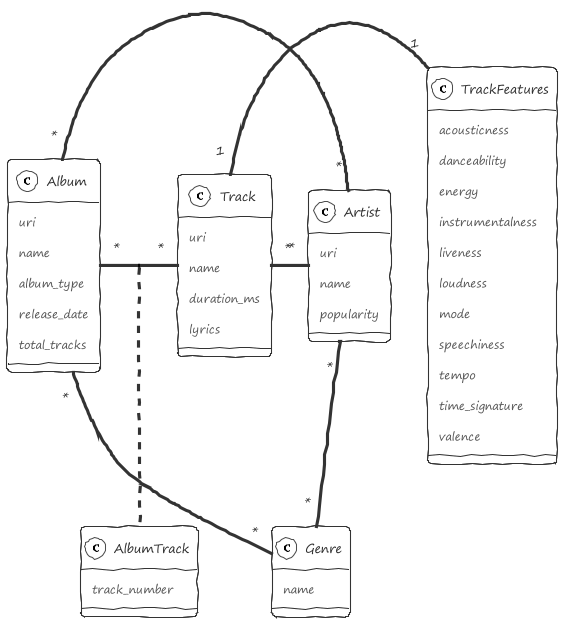
Above: out/database/database.png in Educorreia932/FEUP-PRI (PlantUML), before the change.
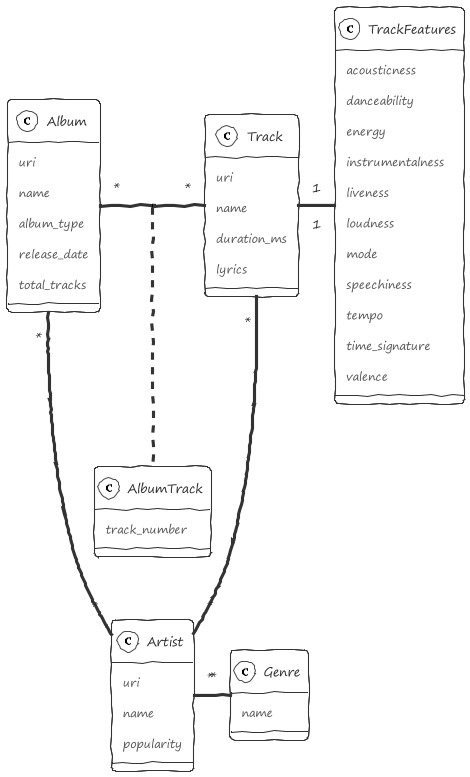
The same diagram one commit later.

Diff of the diagram source:
```diff
@@ -2,12 +2,11 @@
 
 !theme sketchy-outline
 
-Artist "*" - "*" Genre
+Artist "*" -right- "*" Genre
 
 Album "*" - "*" Track
 (Album, Track) .. AlbumTrack
-Album "*" -- "*" Genre
-Album "*" - "*" Artist
+Album "*" --- "*" Artist
 
 Track "*" - "*" Artist
 Track "1" - "1" TrackFeatures
```
